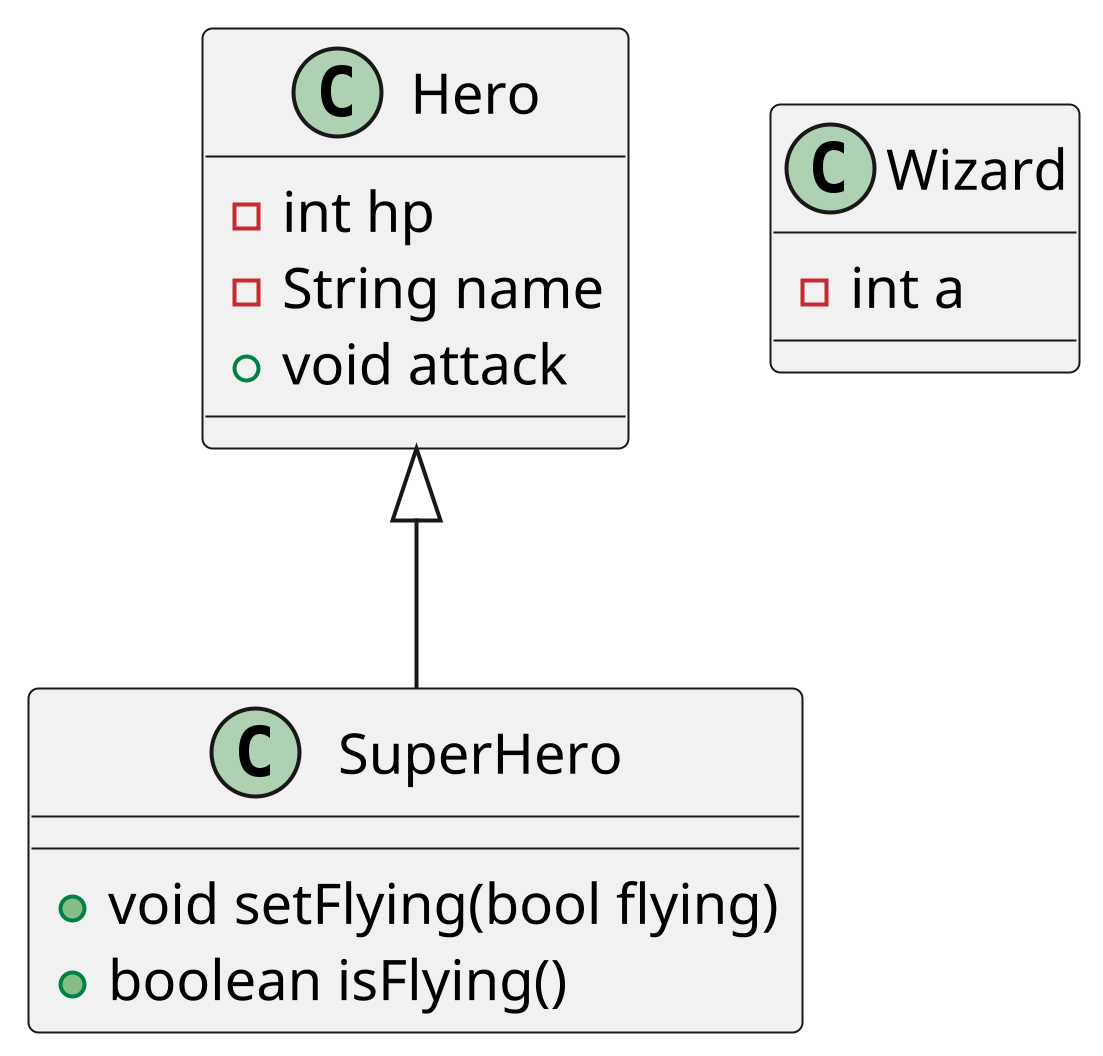
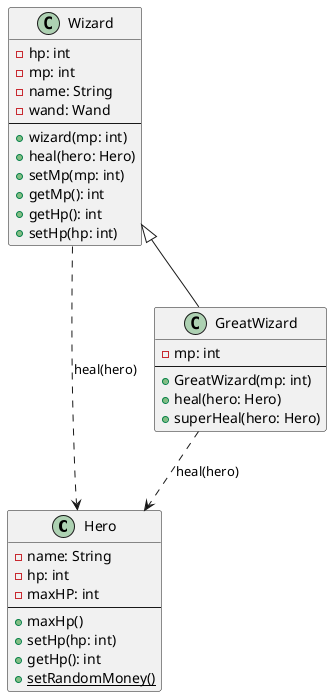
@startuml
- scale 4

- class SuperHero extends Hero{
-     +void setFlying(bool flying)
-     +boolean isFlying()
- }
class Hero {
-     - int hp
-     - String name
-     + void attack
+   - name: String
+   - hp: int
+   - maxHP: int
+   --
+   + maxHp()
+   + setHp(hp: int)
+   + getHp(): int
+   + setRandomMoney() {static}
}

- class Wizard{
-     - int a
+ class Wizard {
+   - hp: int
+   - mp: int
+   - name: String
+   - wand: Wand
+   --
+   + wizard(mp: int)
+   + heal(hero: Hero)
+   + setMp(mp: int)
+   + getMp(): int
+   + getHp(): int
+   + setHp(hp: int)
}

+ class GreatWizard extends Wizard {
+   - mp: int
+   --
+   + GreatWizard(mp: int)
+   + heal(hero: Hero)
+   + superHeal(hero: Hero)
+ }
+ 
+ Wizard ..> Hero : heal(hero)
+ GreatWizard ..> Hero : heal(hero)
+ 
@enduml